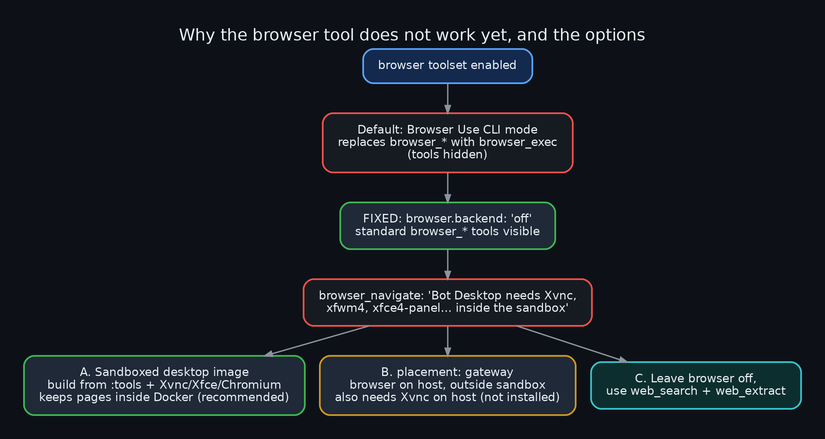
Earlier version of the Graphviz export diagrams/29_browser_mode_decision.png (danindiana/hermes-web-search-ddgs). Its source is kept beside it as diagrams/29_browser_mode_decision.dot.
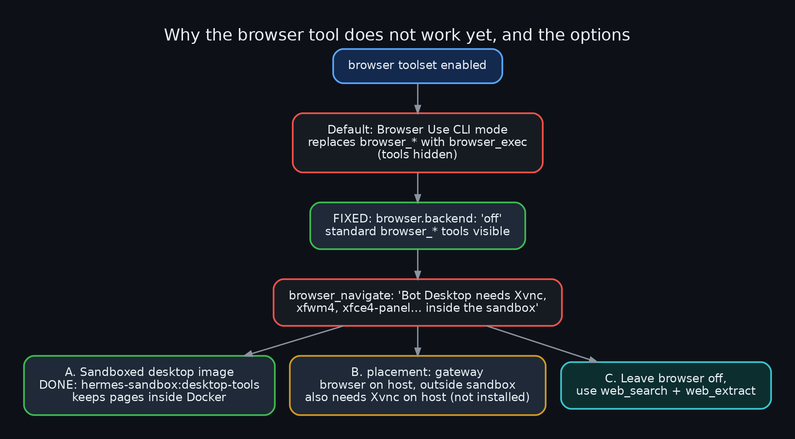
After the change.

Change to the diagram source:
```diff
@@ -8,7 +8,7 @@
 d1 [label="Default: Browser Use CLI mode\nreplaces browser_* with browser_exec\n(tools hidden)", color="#f85149"];
 f1 [label="FIXED: browser.backend: 'off'\nstandard browser_* tools visible", color="#3fb950", fillcolor="#1f2937"];
 d2 [label="browser_navigate: 'Bot Desktop needs Xvnc,\nxfwm4, xfce4-panel... inside the sandbox'", color="#f85149"];
-oa [label="A. Sandboxed desktop image\nbuild from :tools + Xvnc/Xfce/Chromium\nkeeps pages inside Docker (recommended)", color="#3fb950", fillcolor="#1f2937"];
+oa [label="A. Sandboxed desktop image\nDONE: hermes-sandbox:desktop-tools\nkeeps pages inside Docker", color="#3fb950", fillcolor="#1f2937"];
 ob [label="B. placement: gateway\nbrowser on host, outside sandbox\nalso needs Xvnc on host (not installed)", color="#d29922", fillcolor="#1f2937"];
 oc [label="C. Leave browser off,\nuse web_search + web_extract", color="#39c5cf", fillcolor="#0d2e2e"];
 s->d1->f1->d2; d2->oa; d2->ob; d2->oc;
```
